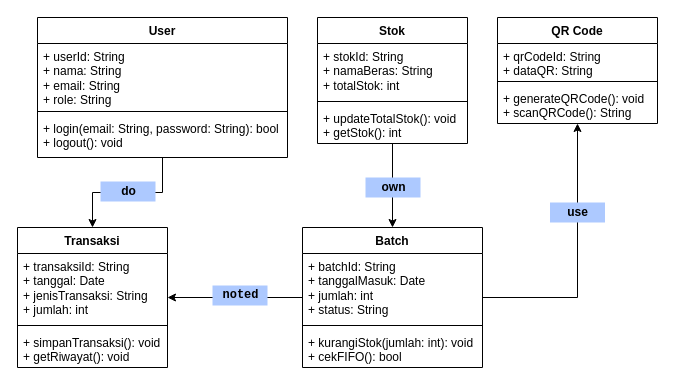
Above: gambar/class Diagram.drawio in Bayusukmoadji/Seminar-Proposal (draw.io), before the change. Source tidied: cells renumbered, new cells numbered last; positions are measured from the earlier drawing's top-left corner, leaving out a move shared by most shapes. Both pictures are drawn from the tidied source at 100%, with x=0, y=0 at pixel (17, 17).
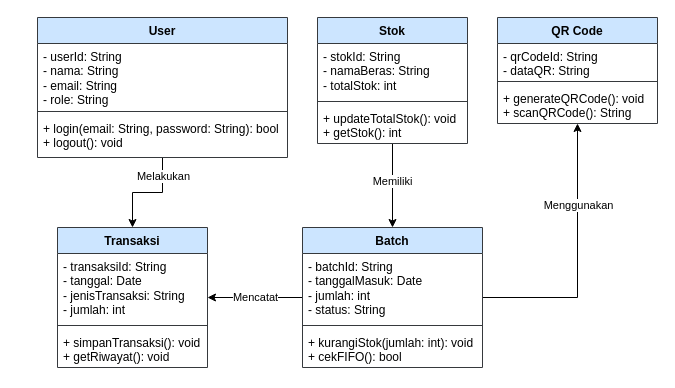
The same diagram, later.

Unchanged cells that the change refers to:
```xml
<mxCell id="2" style="edgeStyle=orthogonalEdgeStyle;rounded=0;jettySize=auto;html=1;entryX=0.5;entryY=0;entryDx=0;entryDy=0;" parent="1" edge="1" source="3" target="12">
  <mxGeometry relative="1" as="geometry" />
</mxCell>
<mxCell id="7" style="edgeStyle=orthogonalEdgeStyle;rounded=0;jettySize=auto;html=1;entryX=0.5;entryY=0;entryDx=0;entryDy=0;" parent="1" edge="1" source="8" target="18">
  <mxGeometry relative="1" as="geometry" />
</mxCell>
<mxCell id="16" style="edgeStyle=orthogonalEdgeStyle;rounded=0;jettySize=auto;html=1;" parent="1" edge="1" source="18" target="12">
  <mxGeometry relative="1" as="geometry" />
</mxCell>
<mxCell id="17" style="edgeStyle=orthogonalEdgeStyle;rounded=0;jettySize=auto;html=1;" parent="1" edge="1" source="18" target="22">
  <mxGeometry relative="1" as="geometry" />
</mxCell>
```

Change to the diagram source:
```diff
@@
+    <mxCell id="30" value="Melakukan" style="edgeLabel;html=1;align=center;verticalAlign=middle;" parent="2" vertex="1">
+      <mxGeometry x="0.1" y="-3" relative="1" as="geometry">
+        <mxPoint x="20" y="-14" as="offset" />
+      </mxGeometry>
+    </mxCell>
-    <mxCell id="3" value="User" style="swimlane;fontStyle=1;align=center;verticalAlign=top;horizontal=1;startSize=26;whiteSpace=wrap;html=1;" parent="1" vertex="1">
+    <mxCell id="3" value="User" style="swimlane;fontStyle=1;align=center;verticalAlign=top;horizontal=1;startSize=26;whiteSpace=wrap;html=1;fillColor=#cce5ff;strokeColor=#36393d;" parent="1" vertex="1">
       <mxGeometry x="20" width="250" height="140" as="geometry" />
     </mxCell>
-    <mxCell id="4" value="&lt;div align=&quot;left&quot;&gt;+ userId: String&lt;br&gt;+ nama: String&lt;br&gt;+ email: String&lt;br&gt;+ role: String&lt;/div&gt;" style="text;strokeColor=none;fillColor=none;align=left;verticalAlign=top;spacingLeft=4;spacingRight=4;overflow=hidden;whiteSpace=wrap;html=1;" parent="3" vertex="1">
+    <mxCell id="4" value="&lt;div align=&quot;left&quot;&gt;- userId: String&lt;br&gt;- nama: String&lt;br&gt;- email: String&lt;br&gt;- role: String&lt;/div&gt;" style="text;strokeColor=none;fillColor=none;align=left;verticalAlign=top;spacingLeft=4;spacingRight=4;overflow=hidden;whiteSpace=wrap;html=1;" parent="3" vertex="1">
       <mxGeometry y="26" width="250" height="64" as="geometry" />
     </mxCell>
@@
+    <mxCell id="31" value="Memiliki" style="edgeLabel;html=1;align=center;verticalAlign=middle;" parent="7" vertex="1">
+      <mxGeometry x="-0.12" relative="1" as="geometry">
+        <mxPoint x="-1" as="offset" />
+      </mxGeometry>
+    </mxCell>
-    <mxCell id="8" value="Stok" style="swimlane;fontStyle=1;align=center;verticalAlign=top;horizontal=1;startSize=26;whiteSpace=wrap;html=1;" parent="1" vertex="1">
+    <mxCell id="8" value="Stok" style="swimlane;fontStyle=1;align=center;verticalAlign=top;horizontal=1;startSize=26;whiteSpace=wrap;html=1;fillColor=#cce5ff;strokeColor=#36393d;" parent="1" vertex="1">
       <mxGeometry x="300" width="150" height="126" as="geometry" />
     </mxCell>
-    <mxCell id="9" value="+ stokId: String&lt;br&gt;+ namaBeras: String&lt;br&gt;+ totalStok: int" style="text;strokeColor=none;fillColor=none;align=left;verticalAlign=top;spacingLeft=4;spacingRight=4;overflow=hidden;whiteSpace=wrap;html=1;" parent="8" vertex="1">
+    <mxCell id="9" value="- stokId: String&lt;br&gt;- namaBeras: String&lt;br&gt;- totalStok: int" style="text;strokeColor=none;fillColor=none;align=left;verticalAlign=top;spacingLeft=4;spacingRight=4;overflow=hidden;whiteSpace=wrap;html=1;" parent="8" vertex="1">
       <mxGeometry y="26" width="150" height="54" as="geometry" />
     </mxCell>
@@
-    <mxCell id="12" value="Transaksi" style="swimlane;fontStyle=1;align=center;verticalAlign=top;horizontal=1;startSize=26;whiteSpace=wrap;html=1;" parent="1" vertex="1">
-      <mxGeometry y="210" width="150" height="140" as="geometry" />
+    <mxCell id="12" value="Transaksi" style="swimlane;fontStyle=1;align=center;verticalAlign=top;horizontal=1;startSize=26;whiteSpace=wrap;html=1;fillColor=#cce5ff;strokeColor=#36393d;" parent="1" vertex="1">
+      <mxGeometry x="40" y="210" width="150" height="140" as="geometry" />
     </mxCell>
-    <mxCell id="13" value="+ transaksiId: String&lt;br&gt;+ tanggal: Date&lt;br&gt;+ jenisTransaksi: String&lt;br&gt;+ jumlah: int" style="text;strokeColor=none;fillColor=none;align=left;verticalAlign=top;spacingLeft=4;spacingRight=4;overflow=hidden;whiteSpace=wrap;html=1;" parent="12" vertex="1">
+    <mxCell id="13" value="- transaksiId: String&lt;br&gt;- tanggal: Date&lt;br&gt;- jenisTransaksi: String&lt;br&gt;- jumlah: int" style="text;strokeColor=none;fillColor=none;align=left;verticalAlign=top;spacingLeft=4;spacingRight=4;overflow=hidden;whiteSpace=wrap;html=1;" parent="12" vertex="1">
       <mxGeometry y="26" width="150" height="68" as="geometry" />
     </mxCell>
@@
+    <mxCell id="32" value="Mencatat" style="edgeLabel;html=1;align=center;verticalAlign=middle;" parent="16" vertex="1">
+      <mxGeometry x="0.11" y="-4" relative="1" as="geometry">
+        <mxPoint x="5" y="3" as="offset" />
+      </mxGeometry>
+    </mxCell>
@@
+    <mxCell id="33" value="Menggunakan" style="edgeLabel;html=1;align=center;verticalAlign=middle;" parent="17" vertex="1">
+      <mxGeometry x="0.37" y="-2" relative="1" as="geometry">
+        <mxPoint x="-2" y="-4" as="offset" />
+      </mxGeometry>
+    </mxCell>
-    <mxCell id="18" value="Batch" style="swimlane;fontStyle=1;align=center;verticalAlign=top;horizontal=1;startSize=26;whiteSpace=wrap;html=1;" parent="1" vertex="1">
+    <mxCell id="18" value="Batch" style="swimlane;fontStyle=1;align=center;verticalAlign=top;horizontal=1;startSize=26;whiteSpace=wrap;html=1;fillColor=#cce5ff;strokeColor=#36393d;" parent="1" vertex="1">
       <mxGeometry x="285" y="210" width="180" height="140" as="geometry" />
     </mxCell>
-    <mxCell id="19" value="+ batchId: String&lt;br&gt;+ tanggalMasuk: Date&lt;br&gt;+ jumlah: int&lt;br&gt;+ status: String" style="text;strokeColor=none;fillColor=none;align=left;verticalAlign=top;spacingLeft=4;spacingRight=4;overflow=hidden;whiteSpace=wrap;html=1;" parent="18" vertex="1">
+    <mxCell id="19" value="- batchId: String&lt;br&gt;- tanggalMasuk: Date&lt;br&gt;- jumlah: int&lt;br&gt;- status: String" style="text;strokeColor=none;fillColor=none;align=left;verticalAlign=top;spacingLeft=4;spacingRight=4;overflow=hidden;whiteSpace=wrap;html=1;" parent="18" vertex="1">
       <mxGeometry y="26" width="180" height="68" as="geometry" />
     </mxCell>
@@
-    <mxCell id="22" value="QR Code" style="swimlane;fontStyle=1;align=center;verticalAlign=top;horizontal=1;startSize=26;whiteSpace=wrap;html=1;" parent="1" vertex="1">
+    <mxCell id="22" value="QR Code" style="swimlane;fontStyle=1;align=center;verticalAlign=top;horizontal=1;startSize=26;whiteSpace=wrap;html=1;fillColor=#cce5ff;strokeColor=#36393d;" parent="1" vertex="1">
       <mxGeometry x="480" width="160" height="106" as="geometry" />
     </mxCell>
-    <mxCell id="23" value="+ qrCodeId: String&lt;br&gt;+ dataQR: String" style="text;strokeColor=none;fillColor=none;align=left;verticalAlign=top;spacingLeft=4;spacingRight=4;overflow=hidden;whiteSpace=wrap;html=1;" parent="22" vertex="1">
+    <mxCell id="23" value="- qrCodeId: String&lt;br&gt;- dataQR: String" style="text;strokeColor=none;fillColor=none;align=left;verticalAlign=top;spacingLeft=4;spacingRight=4;overflow=hidden;whiteSpace=wrap;html=1;" parent="22" vertex="1">
       <mxGeometry y="26" width="160" height="34" as="geometry" />
     </mxCell>
@@
-    <mxCell id="26" value="own" style="text;align=center;fontStyle=1;verticalAlign=middle;spacingLeft=3;spacingRight=3;strokeColor=none;html=1;shadow=0;fillColor=#ADC9FF;" parent="1" vertex="1">
-      <mxGeometry x="348" y="160" width="55" height="20" as="geometry" />
-    </mxCell>
-    <mxCell id="27" value="&lt;div&gt;use&lt;/div&gt;" style="text;align=center;fontStyle=1;verticalAlign=middle;spacingLeft=3;spacingRight=3;strokeColor=none;html=1;shadow=0;fillColor=#ADC9FF;" parent="1" vertex="1">
-      <mxGeometry x="532.5" y="185" width="55" height="20" as="geometry" />
-    </mxCell>
-    <mxCell id="28" value="&lt;div class=&quot;tw-ta-container tw-nfl&quot; id=&quot;tw-target-text-container&quot; tabindex=&quot;0&quot; role=&quot;text&quot;&gt;&lt;pre class=&quot;tw-data-text tw-text-large tw-ta&quot; id=&quot;tw-target-text&quot; role=&quot;text&quot; style=&quot;text-align:left&quot; tabindex=&quot;-1&quot; dir=&quot;ltr&quot; aria-label=&quot;Teks terjemahan: noted&quot;&gt;&lt;span class=&quot;Y2IQFc&quot; lang=&quot;en&quot;&gt;noted&lt;/span&gt;&lt;/pre&gt;&lt;/div&gt;" style="text;align=center;fontStyle=1;verticalAlign=middle;spacingLeft=3;spacingRight=3;strokeColor=none;html=1;shadow=0;fillColor=#ADC9FF;" parent="1" vertex="1">
-      <mxGeometry x="195" y="268" width="55" height="20" as="geometry" />
-    </mxCell>
-    <mxCell id="29" value="do" style="text;align=center;fontStyle=1;verticalAlign=middle;spacingLeft=3;spacingRight=3;strokeColor=none;html=1;shadow=0;fillColor=#ADC9FF;" parent="1" vertex="1">
-      <mxGeometry x="83" y="164" width="55" height="20" as="geometry" />
-    </mxCell>
```
